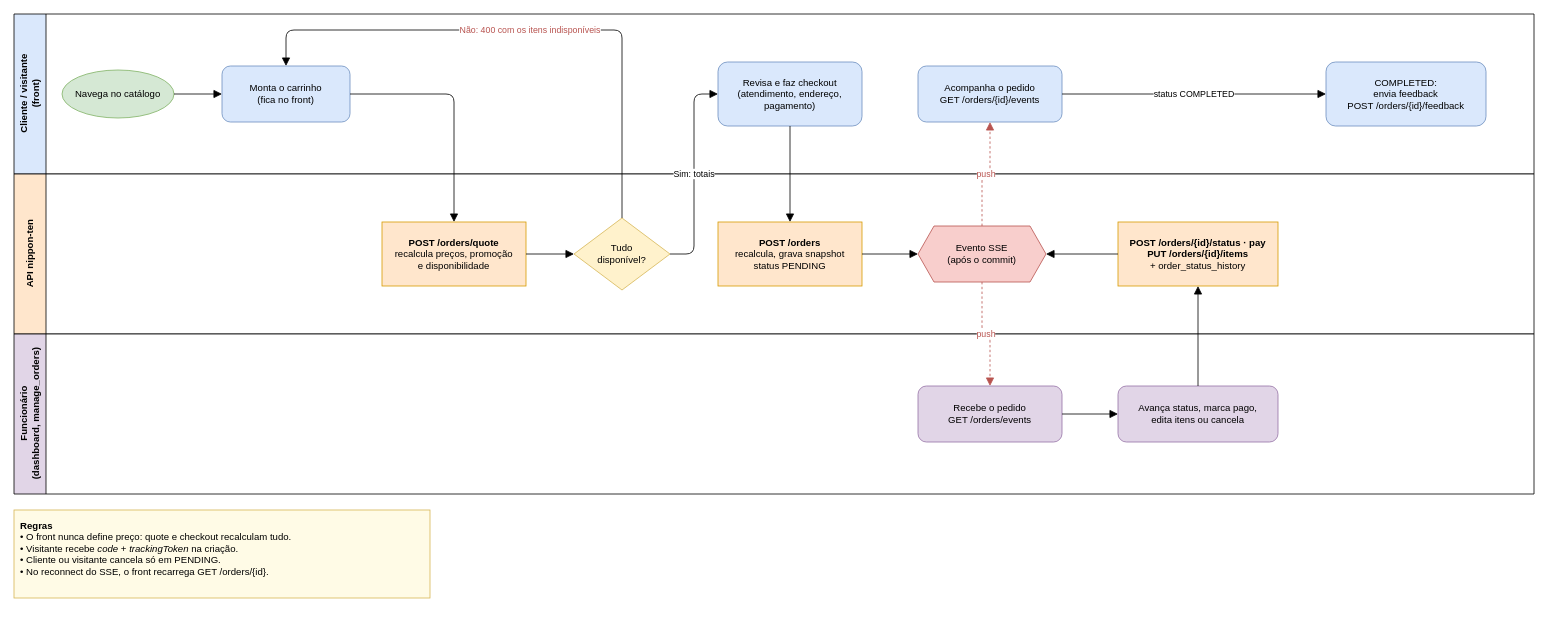
This is docs/diagrams/orders-flow.drawio from doda-s/nippon-ten, a draw.io file, before an edit. Source tidied: cells renumbered, new cells numbered last; positions are measured from the earlier drawing's top-left corner, leaving out a move shared by most shapes. Both pictures are drawn from the tidied source at 80%, with x=0, y=0 at pixel (14, 14).
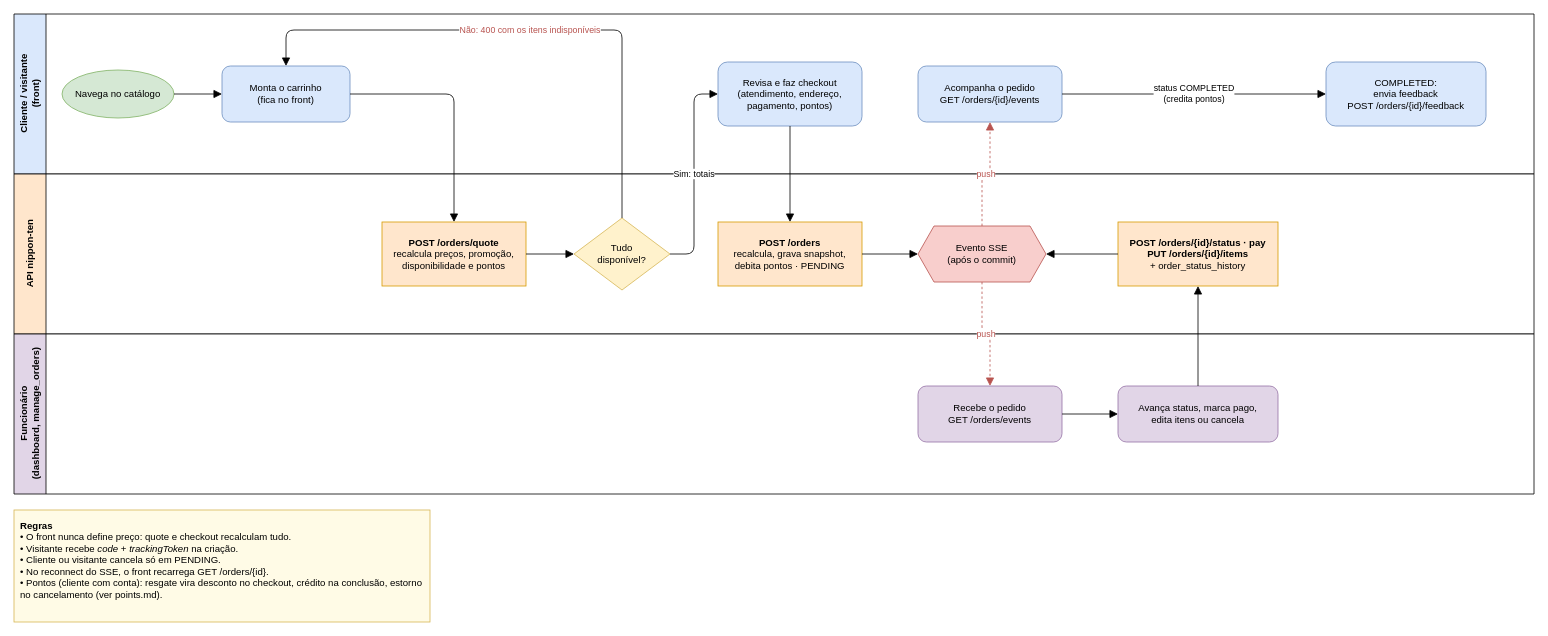
Above is the later version.

Unchanged cells that the change refers to:
```xml
<mxCell id="2" value="Cliente / visitante&lt;br&gt;(front)" style="swimlane;html=1;startSize=40;horizontal=0;fillColor=#dae8fc;swimlaneFillColor=#ffffff;" parent="1" vertex="1">
  <mxGeometry width="1900" height="200" as="geometry" />
</mxCell>
<mxCell id="3" value="API nippon-ten" style="swimlane;html=1;startSize=40;horizontal=0;fillColor=#ffe6cc;swimlaneFillColor=#ffffff;" parent="1" vertex="1">
  <mxGeometry y="200" width="1900" height="200" as="geometry" />
</mxCell>
<mxCell id="12" value="Acompanha o pedido&lt;br&gt;GET /orders/{id}/events" style="rounded=1;whiteSpace=wrap;html=1;fillColor=#dae8fc;strokeColor=#6c8ebf;" parent="2" vertex="1">
  <mxGeometry x="1130" y="65" width="180" height="70" as="geometry" />
</mxCell>
<mxCell id="16" value="COMPLETED:&lt;br&gt;envia feedback&lt;br&gt;POST /orders/{id}/feedback" style="rounded=1;whiteSpace=wrap;html=1;fillColor=#dae8fc;strokeColor=#6c8ebf;" parent="2" vertex="1">
  <mxGeometry x="1640" y="60" width="200" height="80" as="geometry" />
</mxCell>
```

Diff of the diagram source:
```diff
@@
-    <mxCell id="7" value="&lt;b&gt;POST /orders/quote&lt;/b&gt;&lt;br&gt;recalcula preços, promoção&lt;br&gt;e disponibilidade" style="rounded=0;whiteSpace=wrap;html=1;fillColor=#ffe6cc;strokeColor=#d79b00;" parent="3" vertex="1">
+    <mxCell id="7" value="&lt;b&gt;POST /orders/quote&lt;/b&gt;&lt;br&gt;recalcula preços, promoção,&lt;br&gt;disponibilidade e pontos" style="rounded=0;whiteSpace=wrap;html=1;fillColor=#ffe6cc;strokeColor=#d79b00;" parent="3" vertex="1">
       <mxGeometry x="460" y="60" width="180" height="80" as="geometry" />
     </mxCell>
@@
-    <mxCell id="9" value="Revisa e faz checkout&lt;br&gt;(atendimento, endereço,&lt;br&gt;pagamento)" style="rounded=1;whiteSpace=wrap;html=1;fillColor=#dae8fc;strokeColor=#6c8ebf;" parent="2" vertex="1">
+    <mxCell id="9" value="Revisa e faz checkout&lt;br&gt;(atendimento, endereço,&lt;br&gt;pagamento, pontos)" style="rounded=1;whiteSpace=wrap;html=1;fillColor=#dae8fc;strokeColor=#6c8ebf;" parent="2" vertex="1">
       <mxGeometry x="880" y="60" width="180" height="80" as="geometry" />
     </mxCell>
-    <mxCell id="10" value="&lt;b&gt;POST /orders&lt;/b&gt;&lt;br&gt;recalcula, grava snapshot&lt;br&gt;status PENDING" style="rounded=0;whiteSpace=wrap;html=1;fillColor=#ffe6cc;strokeColor=#d79b00;" parent="3" vertex="1">
+    <mxCell id="10" value="&lt;b&gt;POST /orders&lt;/b&gt;&lt;br&gt;recalcula, grava snapshot,&lt;br&gt;debita pontos · PENDING" style="rounded=0;whiteSpace=wrap;html=1;fillColor=#ffe6cc;strokeColor=#d79b00;" parent="3" vertex="1">
       <mxGeometry x="880" y="60" width="180" height="80" as="geometry" />
     </mxCell>
@@
-    <mxCell id="29" value="status COMPLETED" style="edgeStyle=orthogonalEdgeStyle;rounded=1;jettySize=auto;html=1;endArrow=block;endSize=8;" parent="1" edge="1" source="12" target="16">
+    <mxCell id="29" value="status COMPLETED&lt;br&gt;(credita pontos)" style="edgeStyle=orthogonalEdgeStyle;rounded=1;jettySize=auto;html=1;endArrow=block;endSize=8;" parent="1" edge="1" source="12" target="16">
       <mxGeometry relative="1" as="geometry" />
     </mxCell>
-    <mxCell id="30" value="&lt;b&gt;Regras&lt;/b&gt;&lt;br&gt;• O front nunca define preço: quote e checkout recalculam tudo.&lt;br&gt;• Visitante recebe &lt;i&gt;code&lt;/i&gt; + &lt;i&gt;trackingToken&lt;/i&gt; na criação.&lt;br&gt;• Cliente ou visitante cancela só em PENDING.&lt;br&gt;• No reconnect do SSE, o front recarrega GET /orders/{id}." style="rounded=0;whiteSpace=wrap;html=1;align=left;verticalAlign=top;spacing=8;fillColor=#fffbe6;strokeColor=#d6b656;" parent="1" vertex="1">
-      <mxGeometry y="620" width="520" height="110" as="geometry" />
+    <mxCell id="30" value="&lt;b&gt;Regras&lt;/b&gt;&lt;br&gt;• O front nunca define preço: quote e checkout recalculam tudo.&lt;br&gt;• Visitante recebe &lt;i&gt;code&lt;/i&gt; + &lt;i&gt;trackingToken&lt;/i&gt; na criação.&lt;br&gt;• Cliente ou visitante cancela só em PENDING.&lt;br&gt;• No reconnect do SSE, o front recarrega GET /orders/{id}.&lt;br&gt;• Pontos (cliente com conta): resgate vira desconto no checkout, crédito na conclusão, estorno no cancelamento (ver points.md)." style="rounded=0;whiteSpace=wrap;html=1;align=left;verticalAlign=top;spacing=8;fillColor=#fffbe6;strokeColor=#d6b656;" parent="1" vertex="1">
+      <mxGeometry y="620" width="520" height="140" as="geometry" />
     </mxCell>
```
